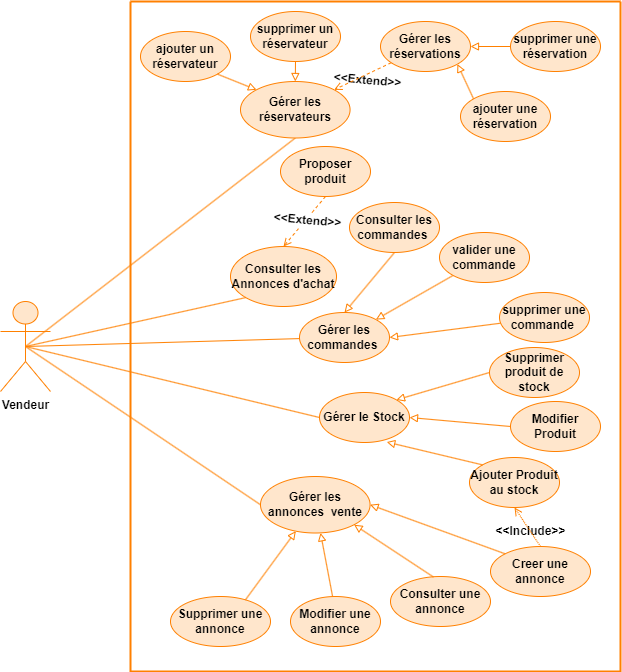
The draw.io diagram images/diagramme de cas ven.png in alizhassane/pfe, before a commit. Source tidied: cells renumbered, new cells last; positions are measured from the earlier drawing's top-left corner, leaving out a move shared by most shapes.
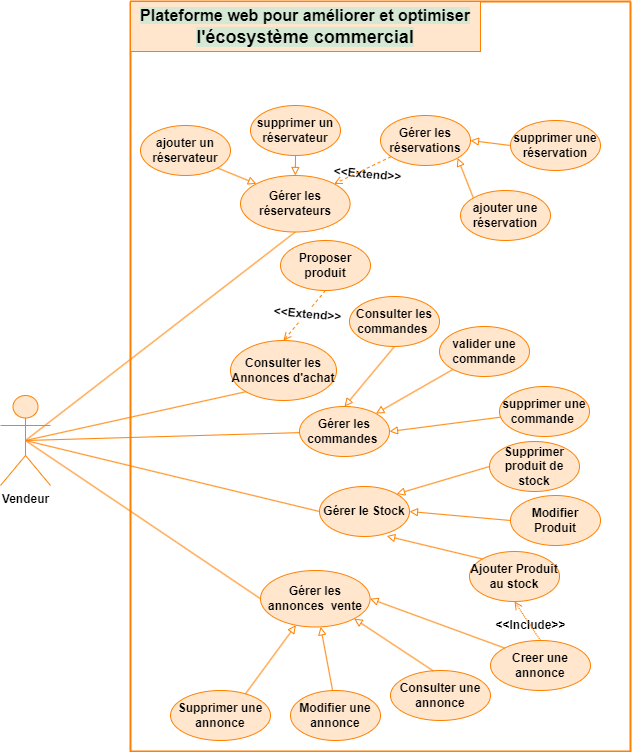
Above is the later version.

Diff of the diagram source:
```diff
@@ -108,59 +108,62 @@
     <mxCell id="35" style="rounded=0;jettySize=auto;html=1;entryX=0.5;entryY=1;entryDx=0;entryDy=0;endArrow=open;endFill=0;dashed=1;dashPattern=1 1;fontSize=12;fontStyle=1;exitX=0.5;exitY=0;exitDx=0;exitDy=0;strokeColor=#FF8000;align=center;verticalAlign=middle;fontFamily=Helvetica;fontColor=default;fillColor=#FFE6CC;" parent="1" edge="1" source="23" target="29">
       <mxGeometry relative="1" as="geometry" />
     </mxCell>
-    <mxCell id="36" style="endArrow=none;html=1;rounded=0;exitX=0.5;exitY=0.5;exitDx=0;exitDy=0;exitPerimeter=0;entryX=0.5;entryY=1;entryDx=0;entryDy=0;strokeColor=#FF8000;align=center;verticalAlign=middle;fontFamily=Helvetica;fontSize=12;fontColor=default;fontStyle=1;fillColor=#FFE6CC;" parent="1" edge="1" source="2" target="42">
+    <mxCell id="36" style="endArrow=none;html=1;rounded=0;exitX=0.5;exitY=0.5;exitDx=0;exitDy=0;exitPerimeter=0;entryX=0.5;entryY=1;entryDx=0;entryDy=0;strokeColor=#FF8000;align=center;verticalAlign=middle;fontFamily=Helvetica;fontSize=12;fontColor=default;fontStyle=1;fillColor=#FFE6CC;" parent="1" edge="1" source="2" target="37">
       <mxGeometry relative="1" as="geometry" />
     </mxCell>
-    <mxCell id="37" style="swimlane;startSize=0;strokeWidth=2;strokeColor=#FF8000;align=center;verticalAlign=middle;fontFamily=Helvetica;fontSize=12;fontColor=default;fillColor=#FFE6CC;" parent="1" vertex="1">
-      <mxGeometry x="130" width="490" height="670" as="geometry" />
+    <mxCell id="37" value="Gérer les réservateurs" style="ellipse;whiteSpace=wrap;html=1;fontSize=12;fontStyle=1;strokeColor=#FF8000;align=center;verticalAlign=middle;fontFamily=Helvetica;fontColor=default;fillColor=#FFE6CC;" parent="1" vertex="1">
+      <mxGeometry x="240" y="80" width="109.6" height="56.5" as="geometry" />
     </mxCell>
-    <mxCell id="38" style="edgeLabel;html=1;align=center;verticalAlign=middle;points=[];rotation=5;fontSize=12;fontStyle=1;strokeColor=#FF8000;fontFamily=Helvetica;fontColor=default;fillColor=#FFE6CC;direction=south;" parent="37" vertex="1">
-      <mxGeometry x="80" y="70" as="geometry">
-        <mxPoint x="-11" y="29" as="offset" />
-      </mxGeometry>
+    <mxCell id="38" value="Gérer les réservations" style="ellipse;whiteSpace=wrap;html=1;fontSize=12;fontStyle=1;strokeColor=#FF8000;align=center;verticalAlign=middle;fontFamily=Helvetica;fontColor=default;fillColor=#FFE6CC;" parent="1" vertex="1">
+      <mxGeometry x="380" y="20" width="90" height="50" as="geometry" />
     </mxCell>
-    <mxCell id="39" style="edgeLabel;html=1;align=center;verticalAlign=middle;rotation=5;fontSize=12;fontStyle=1;strokeColor=#FF8000;fontFamily=Helvetica;fontColor=default;fillColor=#FFE6CC;" parent="37" vertex="1">
-      <mxGeometry x="130" y="20" as="geometry">
+    <mxCell id="39" value="&amp;lt;&amp;lt;Extend&amp;gt;&amp;gt;" style="edgeLabel;html=1;align=center;verticalAlign=middle;rotation=5;fontSize=12;fontStyle=1;strokeColor=#FF8000;fontFamily=Helvetica;fontColor=default;fillColor=#FFE6CC;" parent="1" vertex="1">
+      <mxGeometry x="380" y="50" as="geometry">
         <mxPoint x="-11" y="29" as="offset" />
       </mxGeometry>
     </mxCell>
-    <mxCell id="40" value="supprimer une réservation" style="ellipse;whiteSpace=wrap;html=1;fontSize=12;fontStyle=1;strokeColor=#FF8000;align=center;verticalAlign=middle;fontFamily=Helvetica;fontColor=default;fillColor=#FFE6CC;" parent="37" vertex="1">
-      <mxGeometry x="380" y="20" width="90" height="50" as="geometry" />
+    <mxCell id="40" style="rounded=0;jettySize=auto;html=1;dashed=1;endArrow=open;endFill=0;entryX=1;entryY=0;entryDx=0;entryDy=0;fontSize=12;fontStyle=1;strokeColor=#FF8000;align=center;verticalAlign=middle;fontFamily=Helvetica;fontColor=default;fillColor=#FFE6CC;" parent="1" edge="1" source="38" target="37">
+      <mxGeometry relative="1" as="geometry" />
     </mxCell>
-    <mxCell id="41" value="ajouter une réservation" style="ellipse;whiteSpace=wrap;html=1;fontSize=12;fontStyle=1;strokeColor=#FF8000;align=center;verticalAlign=middle;fontFamily=Helvetica;fontColor=default;fillColor=#FFE6CC;" parent="37" vertex="1">
-      <mxGeometry x="330" y="90" width="90" height="50" as="geometry" />
+    <mxCell id="41" value="ajouter un réservateur" style="ellipse;whiteSpace=wrap;html=1;fontSize=12;fontStyle=1;strokeColor=#FF8000;align=center;verticalAlign=middle;fontFamily=Helvetica;fontColor=default;fillColor=#FFE6CC;" parent="1" vertex="1">
+      <mxGeometry x="140" y="30" width="90" height="50" as="geometry" />
     </mxCell>
-    <mxCell id="42" value="Gérer les réservateurs" style="ellipse;whiteSpace=wrap;html=1;fontSize=12;fontStyle=1;strokeColor=#FF8000;align=center;verticalAlign=middle;fontFamily=Helvetica;fontColor=default;fillColor=#FFE6CC;" parent="1" vertex="1">
-      <mxGeometry x="240" y="80" width="109.6" height="56.5" as="geometry" />
+    <mxCell id="42" value="supprimer un réservateur" style="ellipse;whiteSpace=wrap;html=1;fontSize=12;fontStyle=1;strokeColor=#FF8000;align=center;verticalAlign=middle;fontFamily=Helvetica;fontColor=default;fillColor=#FFE6CC;" parent="1" vertex="1">
+      <mxGeometry x="250" y="10" width="90" height="50" as="geometry" />
     </mxCell>
-    <mxCell id="43" value="Gérer les réservations" style="ellipse;whiteSpace=wrap;html=1;fontSize=12;fontStyle=1;strokeColor=#FF8000;align=center;verticalAlign=middle;fontFamily=Helvetica;fontColor=default;fillColor=#FFE6CC;" parent="1" vertex="1">
-      <mxGeometry x="380" y="20" width="90" height="50" as="geometry" />
+    <mxCell id="43" style="rounded=0;jettySize=auto;html=1;endArrow=block;endFill=0;fontSize=12;fontStyle=1;exitX=0.5;exitY=1;exitDx=0;exitDy=0;entryX=0.5;entryY=0;entryDx=0;entryDy=0;strokeColor=#FF8000;align=center;verticalAlign=middle;fontFamily=Helvetica;fontColor=default;fillColor=#FFE6CC;" parent="1" edge="1" source="42" target="37">
+      <mxGeometry relative="1" as="geometry" />
     </mxCell>
-    <mxCell id="44" value="&amp;lt;&amp;lt;Extend&amp;gt;&amp;gt;" style="edgeLabel;html=1;align=center;verticalAlign=middle;rotation=5;fontSize=12;fontStyle=1;strokeColor=#FF8000;fontFamily=Helvetica;fontColor=default;fillColor=#FFE6CC;" parent="1" vertex="1">
-      <mxGeometry x="380" y="50" as="geometry">
-        <mxPoint x="-11" y="29" as="offset" />
-      </mxGeometry>
+    <mxCell id="44" style="rounded=0;jettySize=auto;html=1;endArrow=block;endFill=0;fontSize=12;fontStyle=1;exitX=1;exitY=1;exitDx=0;exitDy=0;entryX=0;entryY=0;entryDx=0;entryDy=0;strokeColor=#FF8000;align=center;verticalAlign=middle;fontFamily=Helvetica;fontColor=default;fillColor=#FFE6CC;" parent="1" edge="1" source="41" target="37">
+      <mxGeometry relative="1" as="geometry" />
     </mxCell>
-    <mxCell id="45" style="rounded=0;jettySize=auto;html=1;dashed=1;endArrow=open;endFill=0;entryX=1;entryY=0;entryDx=0;entryDy=0;fontSize=12;fontStyle=1;strokeColor=#FF8000;align=center;verticalAlign=middle;fontFamily=Helvetica;fontColor=default;fillColor=#FFE6CC;" parent="1" edge="1" source="43" target="42">
+    <mxCell id="45" style="rounded=0;jettySize=auto;html=1;endArrow=block;endFill=0;fontSize=12;fontStyle=1;exitX=0;exitY=0;exitDx=0;exitDy=0;entryX=1;entryY=1;entryDx=0;entryDy=0;strokeColor=#FF8000;align=center;verticalAlign=middle;fontFamily=Helvetica;fontColor=default;fillColor=#FFE6CC;" parent="1" edge="1" source="51" target="38">
       <mxGeometry relative="1" as="geometry" />
     </mxCell>
-    <mxCell id="46" value="ajouter un réservateur" style="ellipse;whiteSpace=wrap;html=1;fontSize=12;fontStyle=1;strokeColor=#FF8000;align=center;verticalAlign=middle;fontFamily=Helvetica;fontColor=default;fillColor=#FFE6CC;" parent="1" vertex="1">
-      <mxGeometry x="140" y="30" width="90" height="50" as="geometry" />
+    <mxCell id="46" style="rounded=0;jettySize=auto;html=1;endArrow=block;endFill=0;fontSize=12;fontStyle=1;exitX=0;exitY=0.5;exitDx=0;exitDy=0;entryX=1;entryY=0.5;entryDx=0;entryDy=0;strokeColor=#FF8000;align=center;verticalAlign=middle;fontFamily=Helvetica;fontColor=default;fillColor=#FFE6CC;" parent="1" edge="1" source="50" target="38">
+      <mxGeometry relative="1" as="geometry" />
     </mxCell>
-    <mxCell id="47" value="supprimer un réservateur" style="ellipse;whiteSpace=wrap;html=1;fontSize=12;fontStyle=1;strokeColor=#FF8000;align=center;verticalAlign=middle;fontFamily=Helvetica;fontColor=default;fillColor=#FFE6CC;" parent="1" vertex="1">
-      <mxGeometry x="250" y="10" width="90" height="50" as="geometry" />
+    <mxCell id="47" style="swimlane;startSize=0;strokeWidth=2;strokeColor=#FF8000;align=center;verticalAlign=middle;fontFamily=Helvetica;fontSize=12;fontColor=default;fillColor=#FFE6CC;" parent="1" vertex="1">
+      <mxGeometry x="130" y="-94" width="500" height="750" as="geometry" />
     </mxCell>
-    <mxCell id="48" style="rounded=0;jettySize=auto;html=1;endArrow=block;endFill=0;fontSize=12;fontStyle=1;exitX=0.5;exitY=1;exitDx=0;exitDy=0;entryX=0.5;entryY=0;entryDx=0;entryDy=0;strokeColor=#FF8000;align=center;verticalAlign=middle;fontFamily=Helvetica;fontColor=default;fillColor=#FFE6CC;" parent="1" edge="1" source="47" target="42">
-      <mxGeometry relative="1" as="geometry" />
+    <mxCell id="48" style="edgeLabel;html=1;align=center;verticalAlign=middle;rotation=5;fontSize=12;fontStyle=1;strokeColor=#FF8000;fontFamily=Helvetica;fontColor=default;fillColor=#FFE6CC;direction=south;" parent="47" vertex="1">
+      <mxGeometry x="80" y="169" as="geometry">
+        <mxPoint x="-11" y="29" as="offset" />
+      </mxGeometry>
     </mxCell>
-    <mxCell id="49" style="rounded=0;jettySize=auto;html=1;endArrow=block;endFill=0;fontSize=12;fontStyle=1;exitX=1;exitY=1;exitDx=0;exitDy=0;entryX=0;entryY=0;entryDx=0;entryDy=0;strokeColor=#FF8000;align=center;verticalAlign=middle;fontFamily=Helvetica;fontColor=default;fillColor=#FFE6CC;" parent="1" edge="1" source="46" target="42">
-      <mxGeometry relative="1" as="geometry" />
+    <mxCell id="49" style="edgeLabel;html=1;align=center;verticalAlign=middle;rotation=5;fontSize=12;fontStyle=1;strokeColor=#FF8000;fontFamily=Helvetica;fontColor=default;fillColor=#FFE6CC;" parent="47" vertex="1">
+      <mxGeometry x="130" y="119" as="geometry">
+        <mxPoint x="-11" y="29" as="offset" />
+      </mxGeometry>
     </mxCell>
-    <mxCell id="50" style="rounded=0;jettySize=auto;html=1;endArrow=block;endFill=0;fontSize=12;fontStyle=1;exitX=0;exitY=0;exitDx=0;exitDy=0;entryX=1;entryY=1;entryDx=0;entryDy=0;strokeColor=#FF8000;align=center;verticalAlign=middle;fontFamily=Helvetica;fontColor=default;fillColor=#FFE6CC;" parent="1" edge="1" source="41" target="43">
-      <mxGeometry relative="1" as="geometry" />
+    <mxCell id="50" value="supprimer une réservation" style="ellipse;whiteSpace=wrap;html=1;fontSize=12;fontStyle=1;strokeColor=#FF8000;align=center;verticalAlign=middle;fontFamily=Helvetica;fontColor=default;fillColor=#FFE6CC;" parent="47" vertex="1">
+      <mxGeometry x="380" y="119" width="90" height="50" as="geometry" />
     </mxCell>
-    <mxCell id="51" style="rounded=0;jettySize=auto;html=1;endArrow=block;endFill=0;fontSize=12;fontStyle=1;exitX=0;exitY=0.5;exitDx=0;exitDy=0;entryX=1;entryY=0.5;entryDx=0;entryDy=0;strokeColor=#FF8000;align=center;verticalAlign=middle;fontFamily=Helvetica;fontColor=default;fillColor=#FFE6CC;" parent="1" edge="1" source="40" target="43">
-      <mxGeometry relative="1" as="geometry" />
+    <mxCell id="51" value="ajouter une réservation" style="ellipse;whiteSpace=wrap;html=1;fontSize=12;fontStyle=1;strokeColor=#FF8000;align=center;verticalAlign=middle;fontFamily=Helvetica;fontColor=default;fillColor=#FFE6CC;" parent="47" vertex="1">
+      <mxGeometry x="330" y="189" width="90" height="50" as="geometry" />
     </mxCell>
+    <mxCell id="52" value="&lt;div style=&quot;text-wrap: nowrap; font-size: 18px;&quot;&gt;&lt;font style=&quot;background-color: rgb(213, 232, 212); font-size: 16px;&quot;&gt;Plateforme web pour améliorer et optimiser&lt;/font&gt;&lt;/div&gt;&lt;div style=&quot;text-wrap: nowrap; font-size: 18px;&quot;&gt;&lt;font style=&quot;background-color: rgb(213, 232, 212); font-size: 18px;&quot;&gt;l'écosystème commercial&lt;/font&gt;&lt;/div&gt;" style="html=1;whiteSpace=wrap;fontSize=12;fontStyle=1;strokeColor=#FF8000;align=center;verticalAlign=middle;fontFamily=Helvetica;fontColor=default;fillColor=#FFE6CC;" parent="47" vertex="1">
+      <mxGeometry width="350" height="50" as="geometry" />
+    </mxCell>
   </root>
 </mxGraphModel>
```
